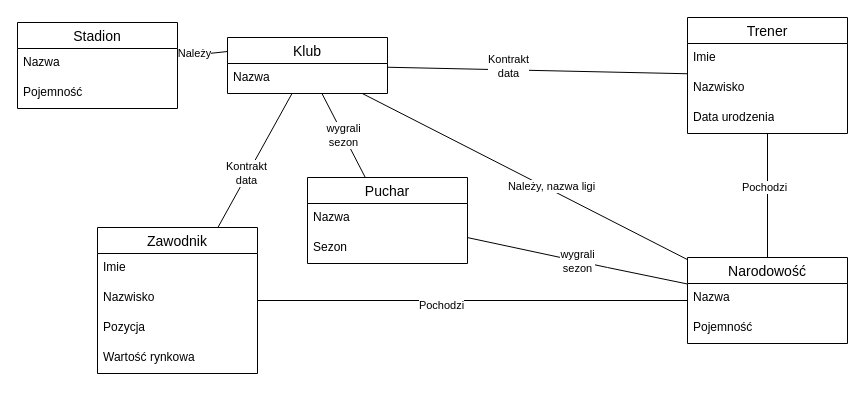
albertmazur/scraper_club keeps this draw.io diagram as Projekt_pikarski.drawio. Above is the earlier version. Source tidied: cells renumbered, new cells numbered last; positions are measured from the earlier drawing's top-left corner, leaving out a move shared by most shapes. Both pictures are drawn from the tidied source at 100%, with x=0, y=0 at pixel (17, 17).
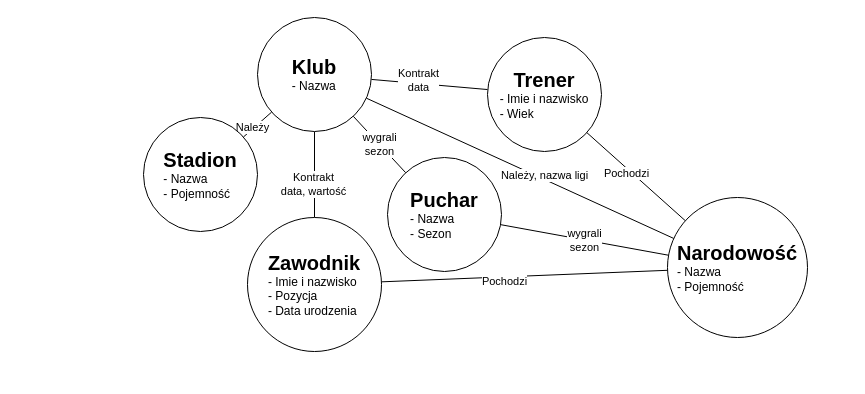
The same diagram, later.

Commit message (it also covers changes not shown here):
Poprawki schematu

What changed in the source:
```diff
@@
-    <mxCell id="2" value="Klub" style="swimlane;fontStyle=0;horizontal=1;startSize=26;align=center;fontSize=14;" parent="1" vertex="1">
-      <mxGeometry x="210" y="20" width="160" height="56" as="geometry" />
-    </mxCell>
-    <mxCell id="3" value="Nazwa" style="text;strokeColor=none;fillColor=none;spacingLeft=4;spacingRight=4;overflow=hidden;fontSize=12;whiteSpace=wrap;html=1;" parent="2" vertex="1">
-      <mxGeometry y="26" width="160" height="30" as="geometry" />
-    </mxCell>
-    <mxCell id="4" value="Zawodnik" style="swimlane;fontStyle=0;horizontal=1;startSize=26;align=center;fontSize=14;" parent="1" vertex="1">
-      <mxGeometry x="80" y="210" width="160" height="146" as="geometry" />
-    </mxCell>
-    <mxCell id="5" value="Imie" style="text;strokeColor=none;fillColor=none;spacingLeft=4;spacingRight=4;overflow=hidden;fontSize=12;whiteSpace=wrap;html=1;" parent="4" vertex="1">
-      <mxGeometry y="26" width="160" height="30" as="geometry" />
-    </mxCell>
-    <mxCell id="6" value="Nazwisko" style="text;strokeColor=none;fillColor=none;spacingLeft=4;spacingRight=4;overflow=hidden;fontSize=12;whiteSpace=wrap;html=1;" parent="4" vertex="1">
-      <mxGeometry y="56" width="160" height="30" as="geometry" />
-    </mxCell>
-    <mxCell id="7" value="Pozycja" style="text;strokeColor=none;fillColor=none;spacingLeft=4;spacingRight=4;overflow=hidden;fontSize=12;whiteSpace=wrap;html=1;" parent="4" vertex="1">
-      <mxGeometry y="86" width="160" height="30" as="geometry" />
-    </mxCell>
-    <mxCell id="8" value="Wartość rynkowa" style="text;strokeColor=none;fillColor=none;spacingLeft=4;spacingRight=4;overflow=hidden;fontSize=12;whiteSpace=wrap;html=1;" parent="4" vertex="1">
-      <mxGeometry y="116" width="160" height="30" as="geometry" />
-    </mxCell>
-    <mxCell id="9" value="Trener" style="swimlane;fontStyle=0;horizontal=1;startSize=26;align=center;fontSize=14;" parent="1" vertex="1">
-      <mxGeometry x="670" width="160" height="116" as="geometry" />
-    </mxCell>
-    <mxCell id="10" value="Imie" style="text;strokeColor=none;fillColor=none;spacingLeft=4;spacingRight=4;overflow=hidden;fontSize=12;whiteSpace=wrap;html=1;" parent="9" vertex="1">
-      <mxGeometry y="26" width="160" height="30" as="geometry" />
-    </mxCell>
-    <mxCell id="11" value="Nazwisko" style="text;strokeColor=none;fillColor=none;spacingLeft=4;spacingRight=4;overflow=hidden;fontSize=12;whiteSpace=wrap;html=1;" parent="9" vertex="1">
-      <mxGeometry y="56" width="160" height="30" as="geometry" />
-    </mxCell>
-    <mxCell id="12" value="Data urodzenia" style="text;strokeColor=none;fillColor=none;spacingLeft=4;spacingRight=4;overflow=hidden;fontSize=12;whiteSpace=wrap;html=1;" parent="9" vertex="1">
-      <mxGeometry y="86" width="160" height="30" as="geometry" />
-    </mxCell>
-    <mxCell id="13" value="Stadion" style="swimlane;fontStyle=0;horizontal=1;startSize=26;align=center;fontSize=14;" parent="1" vertex="1">
-      <mxGeometry y="5" width="160" height="86" as="geometry" />
-    </mxCell>
-    <mxCell id="14" value="Nazwa" style="text;strokeColor=none;fillColor=none;spacingLeft=4;spacingRight=4;overflow=hidden;fontSize=12;whiteSpace=wrap;html=1;" parent="13" vertex="1">
-      <mxGeometry y="26" width="160" height="30" as="geometry" />
-    </mxCell>
-    <mxCell id="15" value="Pojemność" style="text;strokeColor=none;fillColor=none;spacingLeft=4;spacingRight=4;overflow=hidden;fontSize=12;whiteSpace=wrap;html=1;" parent="13" vertex="1">
-      <mxGeometry y="56" width="160" height="30" as="geometry" />
-    </mxCell>
-    <mxCell id="16" value="Puchar" style="swimlane;fontStyle=0;horizontal=1;startSize=26;align=center;fontSize=14;" parent="1" vertex="1">
-      <mxGeometry x="290" y="160" width="160" height="86" as="geometry" />
-    </mxCell>
-    <mxCell id="17" value="Nazwa" style="text;strokeColor=none;fillColor=none;spacingLeft=4;spacingRight=4;overflow=hidden;fontSize=12;whiteSpace=wrap;html=1;" parent="16" vertex="1">
-      <mxGeometry y="26" width="160" height="30" as="geometry" />
-    </mxCell>
-    <mxCell id="18" value="Sezon" style="text;strokeColor=none;fillColor=none;spacingLeft=4;spacingRight=4;overflow=hidden;fontSize=12;whiteSpace=wrap;html=1;" parent="16" vertex="1">
-      <mxGeometry y="56" width="160" height="30" as="geometry" />
-    </mxCell>
-    <mxCell id="19" style="endArrow=none;html=1;rounded=0;" parent="1" edge="1" source="2" target="9">
+    <mxCell id="19" style="endArrow=none;html=1;rounded=0;" parent="1" edge="1" source="41" target="40">
       <mxGeometry relative="1" as="geometry" />
     </mxCell>
@@
-    <mxCell id="21" style="endArrow=none;html=1;rounded=0;" parent="1" edge="1" source="2" target="4">
+    <mxCell id="21" style="endArrow=none;html=1;rounded=0;" parent="1" edge="1" source="41" target="36">
       <mxGeometry relative="1" as="geometry" />
     </mxCell>
-    <mxCell id="22" value="Kontrakt&lt;br&gt;data" style="edgeLabel;html=1;align=center;verticalAlign=middle;" parent="21" vertex="1">
+    <mxCell id="22" value="Kontrakt&lt;br&gt;data, wartość" style="edgeLabel;html=1;align=center;verticalAlign=middle;" parent="21" vertex="1">
       <mxGeometry x="0.2" y="-2" relative="1" as="geometry" />
     </mxCell>
-    <mxCell id="23" value="wygrali&lt;br&gt;sezon" style="endArrow=none;html=1;rounded=0;" parent="1" edge="1" source="16" target="2">
+    <mxCell id="23" value="wygrali&lt;br&gt;sezon" style="endArrow=none;html=1;rounded=0;" parent="1" edge="1" source="38" target="41">
       <mxGeometry relative="1" as="geometry" />
     </mxCell>
-    <mxCell id="24" style="endArrow=none;html=1;rounded=0;entryX=0;entryY=0.25;entryDx=0;entryDy=0;" parent="1" edge="1" source="13" target="2">
+    <mxCell id="24" style="endArrow=none;html=1;rounded=0;" parent="1" edge="1" source="37" target="41">
       <mxGeometry relative="1" as="geometry" />
     </mxCell>
@@
-    <mxCell id="26" value="Narodowość" style="swimlane;fontStyle=0;horizontal=1;startSize=26;align=center;fontSize=14;" parent="1" vertex="1">
-      <mxGeometry x="670" y="240" width="160" height="86" as="geometry" />
-    </mxCell>
-    <mxCell id="27" value="Nazwa" style="text;strokeColor=none;fillColor=none;spacingLeft=4;spacingRight=4;overflow=hidden;fontSize=12;whiteSpace=wrap;html=1;" parent="26" vertex="1">
-      <mxGeometry y="26" width="160" height="30" as="geometry" />
-    </mxCell>
-    <mxCell id="28" value="Pojemność" style="text;strokeColor=none;fillColor=none;spacingLeft=4;spacingRight=4;overflow=hidden;fontSize=12;whiteSpace=wrap;html=1;" parent="26" vertex="1">
-      <mxGeometry y="56" width="160" height="30" as="geometry" />
-    </mxCell>
-    <mxCell id="29" style="endArrow=none;html=1;rounded=0;" parent="1" edge="1" source="26" target="2">
+    <mxCell id="29" style="endArrow=none;html=1;rounded=0;" parent="1" edge="1" source="39" target="41">
       <mxGeometry relative="1" as="geometry" />
     </mxCell>
@@
-    <mxCell id="31" style="endArrow=none;html=1;rounded=0;" parent="1" edge="1" source="4" target="26">
+    <mxCell id="31" style="endArrow=none;html=1;rounded=0;" parent="1" edge="1" source="36" target="39">
       <mxGeometry relative="1" as="geometry" />
     </mxCell>
@@
-    <mxCell id="33" style="endArrow=none;html=1;rounded=0;" parent="1" edge="1" source="9" target="26">
+    <mxCell id="33" style="endArrow=none;html=1;rounded=0;" parent="1" edge="1" source="40" target="39">
       <mxGeometry relative="1" as="geometry" />
     </mxCell>
@@
-    <mxCell id="35" value="wygrali&lt;br&gt;sezon" style="endArrow=none;html=1;rounded=0;" parent="1" edge="1" source="26" target="16">
-      <mxGeometry relative="1" as="geometry">
-        <Array as="points">
-          <mxPoint x="590" y="250" />
-        </Array>
-      </mxGeometry>
+    <mxCell id="35" value="wygrali&lt;br&gt;sezon" style="endArrow=none;html=1;rounded=0;" parent="1" edge="1" source="39" target="38">
+      <mxGeometry relative="1" as="geometry" />
     </mxCell>
+    <mxCell id="36" value="&lt;b&gt;&lt;font style=&quot;font-size: 20px;&quot;&gt;Zawodnik&lt;/font&gt;&lt;/b&gt;&lt;br&gt;&lt;div style=&quot;text-align: left;&quot;&gt;&lt;span style=&quot;background-color: initial;&quot;&gt;- Imie i nazwisko&lt;/span&gt;&lt;/div&gt;&lt;div style=&quot;text-align: left;&quot;&gt;&lt;span style=&quot;background-color: initial;&quot;&gt;- Pozycja&lt;/span&gt;&lt;/div&gt;&lt;div style=&quot;text-align: left;&quot;&gt;&lt;span style=&quot;background-color: initial;&quot;&gt;- Data urodzenia&lt;/span&gt;&lt;/div&gt;" style="ellipse;whiteSpace=wrap;html=1;align=center;" parent="1" vertex="1">
+      <mxGeometry x="230" y="200" width="134" height="134" as="geometry" />
+    </mxCell>
+    <mxCell id="37" value="&lt;b&gt;&lt;font style=&quot;font-size: 20px;&quot;&gt;Stadion&lt;/font&gt;&lt;/b&gt;&lt;br&gt;&lt;div style=&quot;text-align: left;&quot;&gt;&lt;span style=&quot;background-color: initial;&quot;&gt;- Nazwa&lt;/span&gt;&lt;/div&gt;&lt;div style=&quot;text-align: left;&quot;&gt;&lt;span style=&quot;background-color: initial;&quot;&gt;- Pojemność&lt;/span&gt;&lt;/div&gt;" style="ellipse;whiteSpace=wrap;html=1;align=center;" parent="1" vertex="1">
+      <mxGeometry x="126" y="100" width="114" height="114" as="geometry" />
+    </mxCell>
+    <mxCell id="38" value="&lt;b&gt;&lt;font style=&quot;font-size: 20px;&quot;&gt;Puchar&lt;/font&gt;&lt;/b&gt;&lt;br&gt;&lt;div style=&quot;text-align: left;&quot;&gt;&lt;span style=&quot;background-color: initial;&quot;&gt;- Nazwa&lt;/span&gt;&lt;/div&gt;&lt;div style=&quot;text-align: left;&quot;&gt;&lt;span style=&quot;background-color: initial;&quot;&gt;- Sezon&lt;/span&gt;&lt;/div&gt;" style="ellipse;whiteSpace=wrap;html=1;align=center;" parent="1" vertex="1">
+      <mxGeometry x="370" y="140" width="114" height="114" as="geometry" />
+    </mxCell>
+    <mxCell id="39" value="&lt;span style=&quot;font-size: 20px;&quot;&gt;&lt;b&gt;Narodowość&lt;/b&gt;&lt;/span&gt;&lt;br&gt;&lt;div style=&quot;text-align: left;&quot;&gt;&lt;span style=&quot;background-color: initial;&quot;&gt;- Nazwa&lt;/span&gt;&lt;/div&gt;&lt;div style=&quot;text-align: left;&quot;&gt;&lt;span style=&quot;background-color: initial;&quot;&gt;- Pojemność&lt;/span&gt;&lt;/div&gt;" style="ellipse;whiteSpace=wrap;html=1;align=center;" parent="1" vertex="1">
+      <mxGeometry x="650" y="180" width="140" height="140" as="geometry" />
+    </mxCell>
+    <mxCell id="40" value="&lt;span style=&quot;font-size: 20px;&quot;&gt;&lt;b&gt;Trener&lt;/b&gt;&lt;/span&gt;&lt;br&gt;&lt;div style=&quot;text-align: left;&quot;&gt;&lt;span style=&quot;background-color: initial;&quot;&gt;- Imie i nazwisko&lt;/span&gt;&lt;/div&gt;&lt;div style=&quot;text-align: left;&quot;&gt;&lt;span style=&quot;background-color: initial;&quot;&gt;- Wiek&lt;/span&gt;&lt;/div&gt;" style="ellipse;whiteSpace=wrap;html=1;align=center;" parent="1" vertex="1">
+      <mxGeometry x="470" y="20" width="114" height="114" as="geometry" />
+    </mxCell>
+    <mxCell id="41" value="&lt;b&gt;&lt;font style=&quot;font-size: 20px;&quot;&gt;Klub&lt;/font&gt;&lt;/b&gt;&lt;br&gt;&lt;div style=&quot;text-align: left;&quot;&gt;&lt;span style=&quot;background-color: initial;&quot;&gt;- Nazwa&lt;/span&gt;&lt;/div&gt;" style="ellipse;whiteSpace=wrap;html=1;align=center;" parent="1" vertex="1">
+      <mxGeometry x="240" width="114" height="114" as="geometry" />
+    </mxCell>
```
